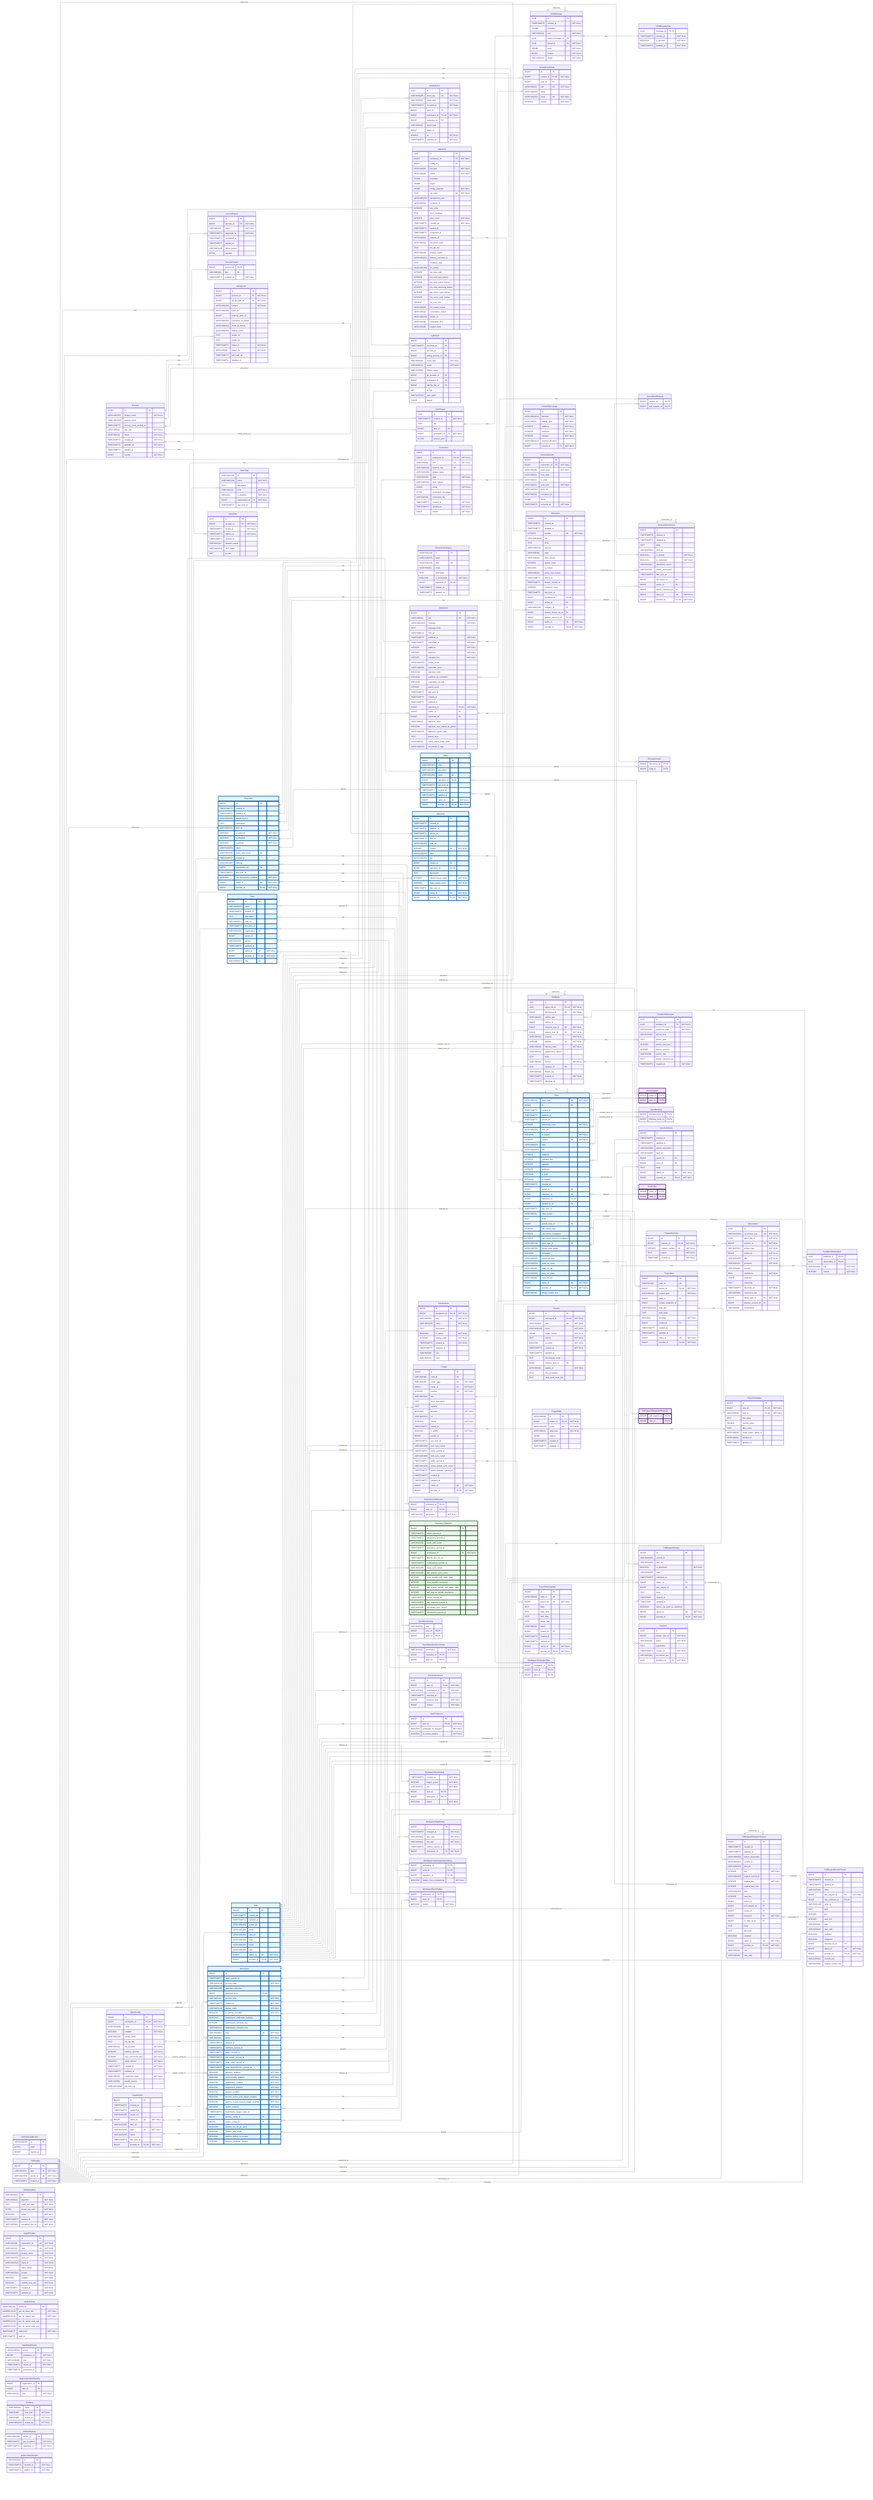
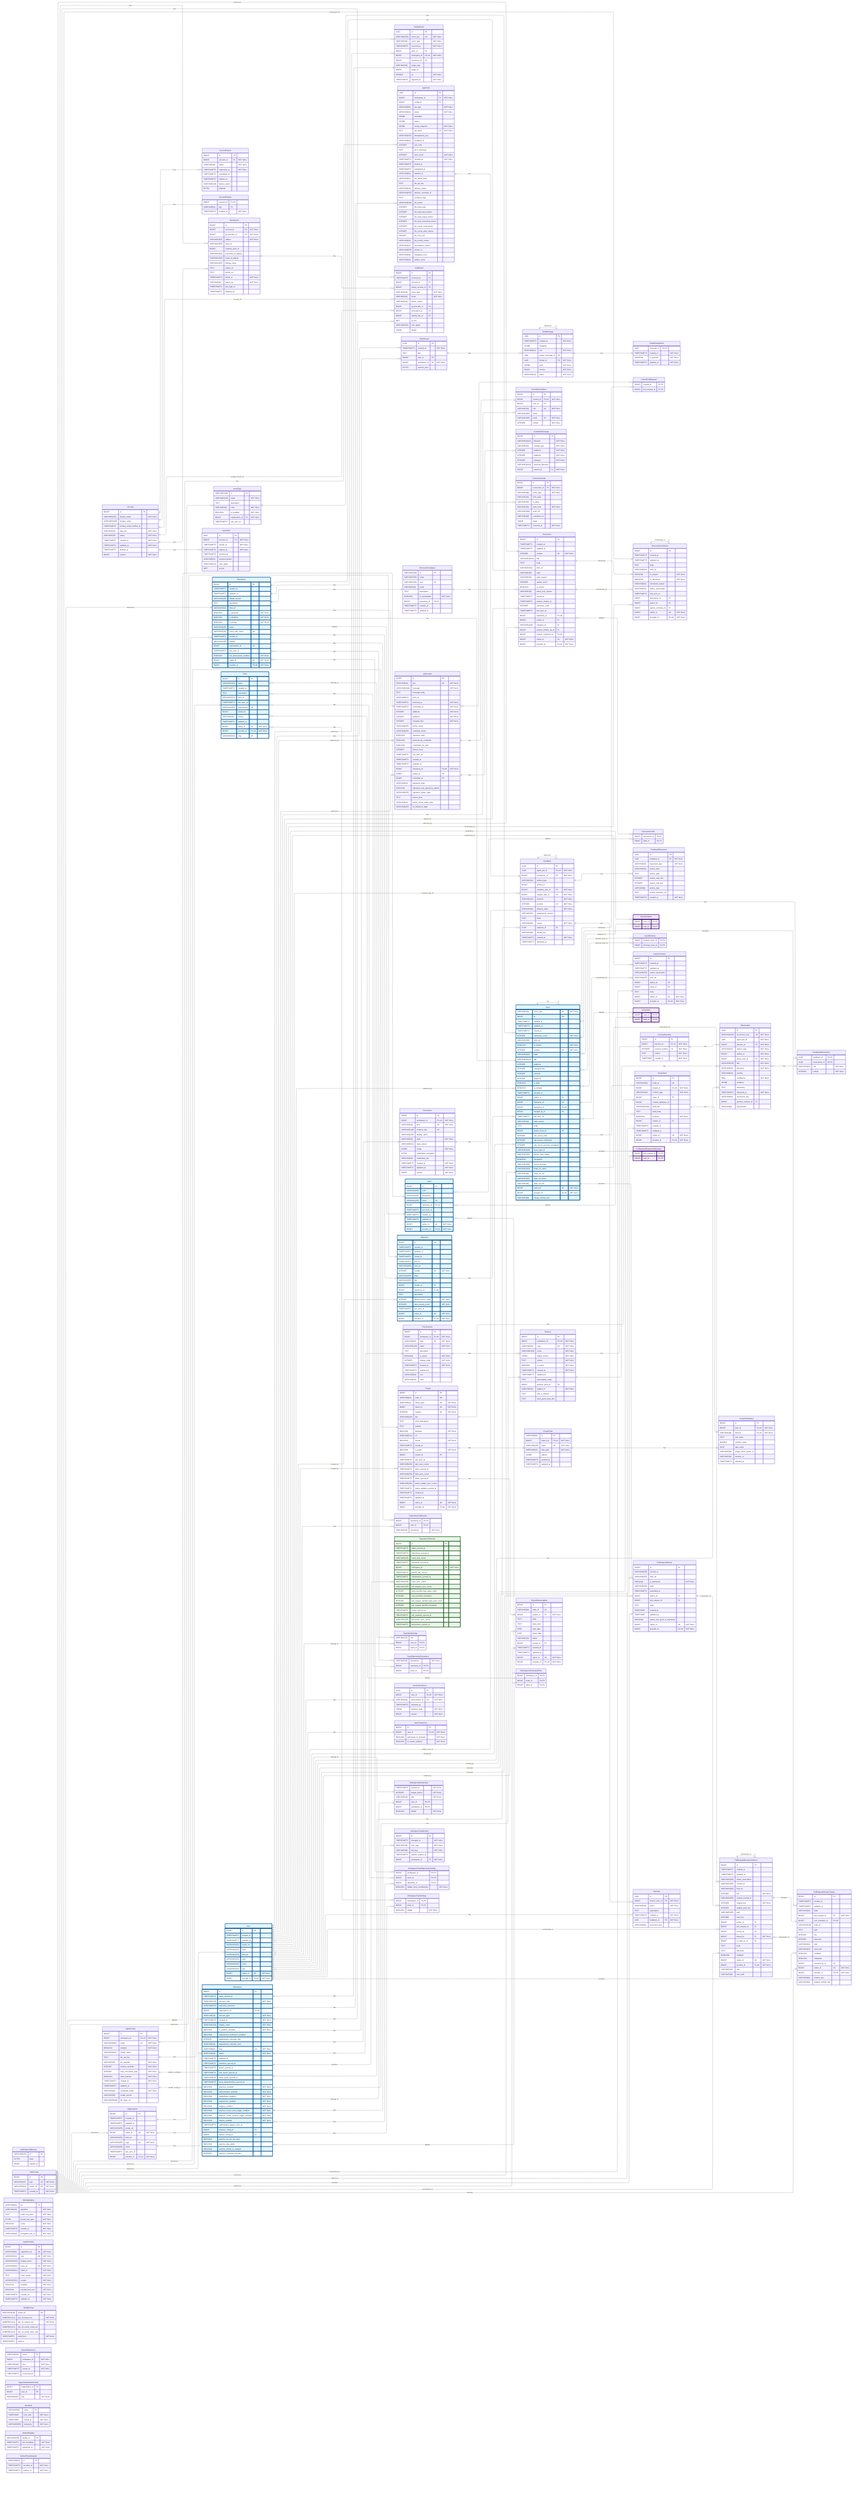
---
config:
    layout: elk
---
erDiagram
    %% Generated automatically from PostgreSQL database schema
    %% using scripts/generate-mermaid-erd.ts
    %% To regenerate: pnpm run db:generate-erd-docs

    direction LR

    Account {
        BIGINT id PK
        VARCHAR(255) display_name "NOT NULL"
        USER-DEFINED primary_email
        TIMESTAMPTZ primary_email_verified_at
        VARCHAR(16) app_role "NOT NULL"
        VARCHAR(16) status "NOT NULL"
        TIMESTAMPTZ created_at "NOT NULL"
        TIMESTAMPTZ updated_at "NOT NULL"
        TIMESTAMPTZ deleted_at
        BIGINT version "NOT NULL"
    }

    AccountExport {
        BIGINT id PK
        BIGINT account_id FK "NOT NULL"
        VARCHAR(16) status "NOT NULL"
        TIMESTAMPTZ requested_at "NOT NULL"
        TIMESTAMPTZ completed_at
        TIMESTAMPTZ expires_at
        VARCHAR(128) failure_reason
        BYTEA payload
    }

    AccountFeature {
        BIGINT account_id PK,FK
        VARCHAR(64) flag PK
        TIMESTAMPTZ enabled_at "NOT NULL"
    }

    ActivityEvent {
        UUID id PK
        VARCHAR(255) event_key UK "NOT NULL"
        VARCHAR(64) event_type "NOT NULL"
        TIMESTAMPTZ occurred_at "NOT NULL"
        BIGINT actor_id FK
        BIGINT workspace_id FK,UK "NOT NULL"
        BIGINT repository_id FK
        VARCHAR(32) target_type
        BIGINT target_id
        DOUBLE xp "NOT NULL"
        TIMESTAMPTZ ingested_at "NOT NULL"
    }

    AgentConfig {
        BIGINT id PK
        BIGINT workspace_id FK,UK "NOT NULL"
        VARCHAR(100) name UK "NOT NULL"
        BOOLEAN enabled "NOT NULL"
        VARCHAR(128) model_name
        TEXT llm_api_key
        VARCHAR(32) llm_provider "NOT NULL"
        INTEGER timeout_seconds "NOT NULL"
        INTEGER max_concurrent_jobs "NOT NULL"
        BOOLEAN allow_internet "NOT NULL"
        TIMESTAMPTZ created_at "NOT NULL"
        TIMESTAMPTZ updated_at
        VARCHAR(16) credential_mode "NOT NULL"
        VARCHAR(50) model_version
        VARCHAR(2048) llm_base_url
    }

    AgentJob {
        UUID id PK
        BIGINT workspace_id FK "NOT NULL"
        BIGINT config_id FK
        VARCHAR(50) job_type "NOT NULL"
        VARCHAR(20) status "NOT NULL"
        JSONB metadata
        JSONB output
        JSONB config_snapshot "NOT NULL"
        TEXT job_token UK "NOT NULL"
        VARCHAR(255) idempotency_key
        VARCHAR(64) container_id
        INTEGER exit_code
        TEXT error_message
        INTEGER retry_count "NOT NULL"
        TIMESTAMPTZ created_at "NOT NULL"
        TIMESTAMPTZ started_at
        TIMESTAMPTZ completed_at
        VARCHAR(64) network_id
        VARCHAR(64) job_token_hash
        TEXT llm_api_key
        VARCHAR(20) delivery_status
        VARCHAR(255) delivery_comment_id
        TEXT container_logs
        VARCHAR(100) llm_model
        INTEGER llm_total_calls
        INTEGER llm_total_input_tokens
        INTEGER llm_total_output_tokens
        INTEGER llm_total_reasoning_tokens
        INTEGER llm_cache_read_tokens
        INTEGER llm_cache_write_tokens
        DOUBLE llm_cost_usd
        VARCHAR(50) llm_model_version
        VARCHAR(32) cancellation_reason
        VARCHAR(255) worker_id
        VARCHAR(48) integration_kind
        VARCHAR(48) subject_class
    }

    AuthEvent {
        BIGINT id PK
        TIMESTAMPTZ occurred_at PK
        BIGINT account_id FK
        BIGINT acting_account_id FK
        VARCHAR(48) event_type "NOT NULL"
        VARCHAR(16) result "NOT NULL"
        VARCHAR(64) failure_reason
        BIGINT git_provider_id FK
        BIGINT workspace_id FK
        BIGINT identity_link_id FK
        INET ip_inet
        VARCHAR(512) user_agent
        JSONB details
    }

    AuthRateLimitBucket {
        VARCHAR(255) id PK
        BYTEA state
        BIGINT expires_at
    }

    ChatMessage {
        UUID id PK
        TIMESTAMPTZ created_at "NOT NULL"
        JSONB metadata
        VARCHAR(16) role "NOT NULL"
        UUID parent_message_id FK
        UUID thread_id FK "NOT NULL"
        JSONB parts "NOT NULL"
        BIGINT version "NOT NULL"
        VARCHAR(16) status "NOT NULL"
    }

    ChatMessageVote {
        UUID message_id PK,FK
        TIMESTAMPTZ created_at "NOT NULL"
        BOOLEAN is_upvoted "NOT NULL"
        TIMESTAMPTZ updated_at "NOT NULL"
    }

    ChatThread {
        UUID id PK
        TIMESTAMPTZ created_at "NOT NULL"
        TEXT title
        BIGINT user_id FK
        BIGINT workspace_id FK "NOT NULL"
        BYTEA session_jsonl
    }

    CommitContributor {
        BIGINT id PK
        BIGINT commit_id FK,UK "NOT NULL"
        BIGINT user_id FK
        VARCHAR(32) role UK "NOT NULL"
        VARCHAR(255) name
        VARCHAR(255) email UK "NOT NULL"
        INTEGER ordinal "NOT NULL"
    }

    CommitFileChange {
        BIGINT id PK
        VARCHAR(1024) filename "NOT NULL"
        VARCHAR(32) change_type "NOT NULL"
        INTEGER additions "NOT NULL"
        INTEGER deletions "NOT NULL"
        INTEGER changes "NOT NULL"
        VARCHAR(1024) previous_filename
        BIGINT commit_id FK "NOT NULL"
    }

    CommitPullRequest {
        BIGINT commit_id PK,FK
        BIGINT pull_request_id PK,FK
    }

    Connection {
        BIGINT id PK
        BIGINT workspace_id FK,UK "NOT NULL"
        VARCHAR(48) kind UK "NOT NULL"
        VARCHAR(128) instance_key UK
        VARCHAR(256) display_name
        VARCHAR(32) state "NOT NULL"
        VARCHAR(512) state_reason
        JSONB config "NOT NULL"
        BYTEA credentials_encrypted
        VARCHAR(64) credentials_alg
        TIMESTAMPTZ created_at "NOT NULL"
        TIMESTAMPTZ updated_at "NOT NULL"
        BIGINT version "NOT NULL"
    }

    ConnectionAudit {
        BIGINT id PK
        BIGINT connection_id FK "NOT NULL"
        VARCHAR(48) event_type "NOT NULL"
        VARCHAR(32) from_state
        VARCHAR(32) to_state
        VARCHAR(32) actor_kind "NOT NULL"
        VARCHAR(256) actor_ref
        VARCHAR(64) correlation_id
        JSONB detail
        TIMESTAMPTZ occurred_at "NOT NULL"
    }

    Discussion {
        BIGINT id PK
        TIMESTAMPTZ created_at
        TIMESTAMPTZ updated_at
        INTEGER number UK "NOT NULL"
        VARCHAR(1024) title
        TEXT body
        VARCHAR(512) html_url
        VARCHAR(16) state
        VARCHAR(32) state_reason
        INTEGER upvote_count
        BOOLEAN is_locked
        VARCHAR(32) active_lock_reason
        TIMESTAMPTZ closed_at
        TIMESTAMPTZ answer_chosen_at
        INTEGER comment_count
        TIMESTAMPTZ last_sync_at
        BIGINT repository_id FK,UK
        BIGINT author_id FK
        VARCHAR(128) category_id FK
        BIGINT answer_chosen_by_id FK
        BIGINT answer_comment_id FK,UK
        BIGINT native_id UK "NOT NULL"
        BIGINT provider_id FK,UK "NOT NULL"
    }

    DiscussionCategory {
        VARCHAR(128) id PK
        VARCHAR(255) name
        VARCHAR(128) slug UK
        VARCHAR(32) emoji
        TEXT description
        BOOLEAN is_answerable "NOT NULL"
        BIGINT repository_id FK,UK
        TIMESTAMPTZ created_at
        TIMESTAMPTZ updated_at
    }

    DiscussionComment {
        BIGINT id PK
        TIMESTAMPTZ created_at
        TIMESTAMPTZ updated_at
        TEXT body
        VARCHAR(512) html_url
        BOOLEAN is_answer "NOT NULL"
        BOOLEAN is_minimized "NOT NULL"
        VARCHAR(64) minimized_reason
        VARCHAR(32) author_association
        TIMESTAMPTZ last_sync_at
        BIGINT discussion_id FK
        BIGINT author_id FK
        BIGINT parent_comment_id FK
        BIGINT native_id UK "NOT NULL"
        BIGINT provider_id FK,UK "NOT NULL"
    }

    DiscussionLabel {
        BIGINT discussion_id PK,FK
        BIGINT label_id PK,FK
    }

    Feedback {
        UUID id PK
        UUID agent_job_id FK,UK "NOT NULL"
        BIGINT workspace_id FK "NOT NULL"
        VARCHAR(32) artifact_type
        BIGINT artifact_id
        BIGINT recipient_user_id FK "NOT NULL"
        BIGINT subject_user_id FK "NOT NULL"
        VARCHAR(32) channel "NOT NULL"
        INTEGER position UK "NOT NULL"
        VARCHAR(16) delivery_state "NOT NULL"
        VARCHAR(32) suppression_reason
        TEXT body
        VARCHAR(16) source "NOT NULL"
        UUID replaces_id FK
        VARCHAR(64) thread_key
        TIMESTAMPTZ created_at "NOT NULL"
        TIMESTAMPTZ delivered_at
    }

    FeedbackObservation {
        UUID feedback_id PK,FK
        UUID observation_id PK,FK
        VARCHAR(16) role "NOT NULL"
        INTEGER ordinal "NOT NULL"
    }

    FeedbackPlacement {
        UUID id PK
        UUID feedback_id FK "NOT NULL"
        VARCHAR(32) placement_type "NOT NULL"
        VARCHAR(16) anchor_kind
        TEXT anchor_path
        INTEGER anchor_start_line
        INTEGER anchor_end_line
        VARCHAR(8) anchor_side
        TEXT posted_comment_ref
        TIMESTAMPTZ created_at "NOT NULL"
    }

    GitCommit {
        BIGINT id PK
        VARCHAR(40) sha UK "NOT NULL"
        VARCHAR(1024) message "NOT NULL"
        TEXT message_body
        VARCHAR(512) html_url
        TIMESTAMPTZ authored_at "NOT NULL"
        TIMESTAMPTZ committed_at "NOT NULL"
        INTEGER additions "NOT NULL"
        INTEGER deletions "NOT NULL"
        INTEGER changed_files "NOT NULL"
        VARCHAR(255) author_email
        VARCHAR(255) committer_email
        BOOLEAN signature_valid
        BOOLEAN authored_by_committer
        BOOLEAN committed_via_web
        INTEGER parent_count
        TIMESTAMPTZ last_sync_at
        TIMESTAMPTZ created_at
        TIMESTAMPTZ updated_at
        BIGINT repository_id FK,UK "NOT NULL"
        BIGINT author_id FK
        BIGINT committer_id FK
        VARCHAR(32) signature_state
        BOOLEAN signature_was_signed_by_github
        VARCHAR(255) signature_signer_login
        TEXT parent_shas
        VARCHAR(32) status_check_rollup_state
        VARCHAR(255) on_behalf_of_login
    }

    GitProvider {
        BIGINT id PK
        VARCHAR(10) type UK "NOT NULL"
        VARCHAR(512) server_url UK "NOT NULL"
        TIMESTAMPTZ created_at "NOT NULL"
    }

    IdentityLink {
        BIGINT id PK
        BIGINT account_id FK "NOT NULL"
        BIGINT git_provider_id FK "NOT NULL"
        VARCHAR(255) subject "NOT NULL"
        VARCHAR(255) team_id
        BIGINT external_actor_id
        VARCHAR(255) username_at_signup
        VARCHAR(320) email_at_signup
        VARCHAR(255) display_name
        TEXT avatar_url
        TEXT profile_url
        TIMESTAMPTZ linked_at "NOT NULL"
        VARCHAR(16) linked_via "NOT NULL"
        TIMESTAMPTZ last_login_at
        TIMESTAMPTZ disabled_at
    }

    Issue {
        VARCHAR(31) issue_type UK "NOT NULL"
        BIGINT id PK
        TIMESTAMPTZ created_at
        TIMESTAMPTZ updated_at
        TIMESTAMPTZ closed_at
        INTEGER comments_count "NOT NULL"
        VARCHAR(255) html_url
        BOOLEAN is_locked "NOT NULL"
        INTEGER number UK "NOT NULL"
        VARCHAR(255) state
        VARCHAR(1024) title
        INTEGER additions
        INTEGER changed_files
        INTEGER commits
        INTEGER deletions
        BOOLEAN is_draft
        BOOLEAN is_merged
        TIMESTAMPTZ merged_at
        BIGINT author_id FK
        BIGINT milestone_id FK
        BIGINT repository_id FK,UK
        BIGINT merged_by_id FK
        TIMESTAMPTZ last_sync_at
        VARCHAR(32) state_reason
        TEXT body
        BIGINT parent_issue_id FK
        INTEGER sub_issues_total
        INTEGER sub_issues_completed
        INTEGER sub_issues_percent_completed
        VARCHAR(128) issue_type_id FK
        VARCHAR(255) merge_state_status
        BOOLEAN mergeable
        VARCHAR(255) review_decision
        VARCHAR(255) head_ref_name
        VARCHAR(40) head_ref_oid
        VARCHAR(255) base_ref_name
        VARCHAR(40) base_ref_oid
        BIGINT native_id UK "NOT NULL"
        BIGINT provider_id FK,UK "NOT NULL"
        VARCHAR(40) merge_commit_sha
    }

    IssueAssignee {
        BIGINT issue_id PK,FK
        BIGINT user_id PK,FK
    }

    IssueBlocking {
        BIGINT blocked_issue_id PK,FK
        BIGINT blocking_issue_id PK,FK
    }

    IssueComment {
        BIGINT id PK
        TIMESTAMPTZ created_at
        TIMESTAMPTZ updated_at
        VARCHAR(255) author_association
        VARCHAR(255) html_url
        BIGINT author_id FK
        BIGINT issue_id FK
        TEXT body
        BIGINT native_id UK "NOT NULL"
        BIGINT provider_id FK,UK "NOT NULL"
    }

    IssueLabel {
        BIGINT issue_id PK,FK
        BIGINT label_id PK,FK
    }

    IssueType {
        VARCHAR(128) id PK
        VARCHAR(128) name "NOT NULL"
        TEXT description
        VARCHAR(20) color "NOT NULL"
        BOOLEAN is_enabled "NOT NULL"
        BIGINT organization_id FK "NOT NULL"
        TIMESTAMPTZ last_sync_at
    }

    IssuedJwt {
        UUID jti PK
        BIGINT account_id FK "NOT NULL"
        TIMESTAMPTZ issued_at "NOT NULL"
        TIMESTAMPTZ expires_at "NOT NULL"
        TIMESTAMPTZ revoked_at
        VARCHAR(32) revoked_reason
        VARCHAR(512) user_agent
        INET ip_inet
    }

    JwtSigningKey {
        VARCHAR(64) kid PK
        VARCHAR(16) algorithm "NOT NULL"
        TEXT public_key_pem "NOT NULL"
        BYTEA private_key_pem "NOT NULL"
        BOOLEAN active "NOT NULL"
        TIMESTAMPTZ created_at "NOT NULL"
        VARCHAR(64) encryption_key_id "NOT NULL"
    }

    Label {
        BIGINT id PK
        VARCHAR(255) color
        VARCHAR(255) description
        VARCHAR(255) name UK
        BIGINT repository_id FK,UK
        TIMESTAMPTZ last_sync_at
        TIMESTAMPTZ created_at
        TIMESTAMPTZ updated_at
        BIGINT native_id UK "NOT NULL"
        BIGINT provider_id FK,UK "NOT NULL"
    }

    LoginProvider {
        BIGINT id PK
        VARCHAR(64) registration_id UK "NOT NULL"
        VARCHAR(10) type UK "NOT NULL"
        VARCHAR(255) display_name "NOT NULL"
        VARCHAR(512) base_url UK "NOT NULL"
        VARCHAR(512) client_id "NOT NULL"
        TEXT client_secret "NOT NULL"
        VARCHAR(512) scopes "NOT NULL"
        BOOLEAN enabled "NOT NULL"
        BOOLEAN seeded_from_env "NOT NULL"
        TIMESTAMPTZ created_at "NOT NULL"
        TIMESTAMPTZ updated_at "NOT NULL"
    }

    Milestone {
        BIGINT id PK
        TIMESTAMPTZ created_at
        TIMESTAMPTZ updated_at
        TIMESTAMPTZ closed_at
        TIMESTAMPTZ due_on
        VARCHAR(255) html_url
        INTEGER number UK "NOT NULL"
        VARCHAR(255) state
        VARCHAR(255) title
        BIGINT creator_id FK
        BIGINT repository_id FK,UK
        TEXT description
        INTEGER closed_issues_count "NOT NULL"
        INTEGER open_issues_count "NOT NULL"
        TIMESTAMPTZ last_sync_at
        BIGINT native_id UK "NOT NULL"
        BIGINT provider_id FK,UK "NOT NULL"
    }

    ModelPricing {
        VARCHAR(128) model_id PK
        NUMERIC(12,6) per_1k_input_usd "NOT NULL"
        NUMERIC(12,6) per_1k_output_usd "NOT NULL"
        NUMERIC(12,6) per_1k_cache_read_usd
        NUMERIC(12,6) per_1k_cache_write_usd
        TIMESTAMPTZ valid_from "NOT NULL"
        TIMESTAMPTZ valid_to
    }

    OauthStateNonce {
        VARCHAR(32) nonce PK
        BIGINT workspace_id "NOT NULL"
        VARCHAR(48) kind "NOT NULL"
        TIMESTAMPTZ issued_at "NOT NULL"
        TIMESTAMPTZ consumed_at
    }

    Observation {
        UUID id PK
        VARCHAR(255) occurrence_key UK "NOT NULL"
        UUID agent_job_id "NOT NULL"
        BIGINT practice_id FK "NOT NULL"
        VARCHAR(32) artifact_type "NOT NULL"
        BIGINT artifact_id "NOT NULL"
+         BIGINT about_user_id FK "NOT NULL"
        VARCHAR(255) title "NOT NULL"
        VARCHAR(16) presence "NOT NULL"
        VARCHAR(16) severity
        REAL confidence "NOT NULL"
        JSONB evidence
        TEXT reasoning
        TIMESTAMPTZ observed_at "NOT NULL"
        VARCHAR(64) recurrence_key
-         BIGINT about_user_id FK "NOT NULL"
        BIGINT practice_revision_id FK
        VARCHAR(8) assessment
    }

    Organization {
        BIGINT id PK
        TIMESTAMPTZ created_at
        TIMESTAMPTZ updated_at
        VARCHAR(255) avatar_url
        BIGINT native_id UK "NOT NULL"
        VARCHAR(255) html_url
        VARCHAR(255) login UK "NOT NULL"
        VARCHAR(255) name
        TIMESTAMPTZ last_sync_at
        BIGINT provider_id FK,UK "NOT NULL"
    }

    OrganizationMembership {
        BIGINT organization_id PK
        BIGINT user_id PK
        VARCHAR(32) role "NOT NULL"
    }

    Practice {
        BIGINT id PK
        BIGINT workspace_id FK,UK "NOT NULL"
        VARCHAR(64) slug UK "NOT NULL"
        VARCHAR(128) name "NOT NULL"
        JSONB trigger_events "NOT NULL"
        TEXT criteria "NOT NULL"
        BOOLEAN is_active "NOT NULL"
        TIMESTAMPTZ created_at "NOT NULL"
        TIMESTAMPTZ updated_at
        TEXT precompute_script
        BIGINT practice_area_id FK
        VARCHAR(32) applies_to "NOT NULL"
        TEXT why_it_matters
        TEXT what_good_looks_like
    }

    PracticeArea {
        BIGINT id PK
        BIGINT workspace_id FK,UK "NOT NULL"
        VARCHAR(64) slug UK "NOT NULL"
        VARCHAR(128) name "NOT NULL"
        TEXT description
        BOOLEAN is_active "NOT NULL"
        INTEGER display_order "NOT NULL"
        TIMESTAMPTZ created_at "NOT NULL"
        TIMESTAMPTZ updated_at
        VARCHAR(64) icon
        VARCHAR(32) color
    }

    PracticeRevision {
        BIGINT id PK
        BIGINT practice_id FK,UK "NOT NULL"
        INTEGER revision_number UK "NOT NULL"
        TEXT criteria "NOT NULL"
        TIMESTAMP created_at "NOT NULL"
    }

    Project {
        BIGINT id PK
        VARCHAR(64) node_id UK
        VARCHAR(32) owner_type UK "NOT NULL"
        BIGINT owner_id UK "NOT NULL"
        INTEGER number UK "NOT NULL"
        VARCHAR(256) title
        TEXT short_description
        TEXT readme
        BOOLEAN template "NOT NULL"
        VARCHAR(512) url
        BOOLEAN closed "NOT NULL"
        TIMESTAMPTZ closed_at
        BOOLEAN is_public "NOT NULL"
        BIGINT creator_id FK
        TIMESTAMPTZ last_sync_at
        VARCHAR(256) item_sync_cursor
        TIMESTAMPTZ items_synced_at
        VARCHAR(256) field_sync_cursor
        TIMESTAMPTZ fields_synced_at
        VARCHAR(256) status_update_sync_cursor
        TIMESTAMPTZ status_updates_synced_at
        TIMESTAMPTZ created_at
        TIMESTAMPTZ updated_at
        BIGINT native_id UK "NOT NULL"
        BIGINT provider_id FK,UK "NOT NULL"
    }

    ProjectField {
        VARCHAR(64) id PK
        BIGINT project_id FK,UK "NOT NULL"
        VARCHAR(256) name UK "NOT NULL"
        VARCHAR(32) data_type "NOT NULL"
        JSONB options
        TIMESTAMPTZ created_at
        TIMESTAMPTZ updated_at
    }

    ProjectFieldValue {
        BIGINT id PK
        BIGINT item_id FK,UK "NOT NULL"
        VARCHAR(64) field_id FK,UK "NOT NULL"
        TEXT text_value
        DOUBLE number_value
        DATE date_value
        VARCHAR(64) single_select_option_id
        VARCHAR(64) iteration_id
        TIMESTAMPTZ updated_at
    }

    ProjectItem {
        BIGINT id PK
        VARCHAR(64) node_id UK
        BIGINT project_id FK,UK "NOT NULL"
        VARCHAR(32) content_type "NOT NULL"
        BIGINT issue_id FK
        BIGINT content_database_id
        VARCHAR(1024) draft_title
        TEXT draft_body
        BOOLEAN archived "NOT NULL"
        BIGINT creator_id FK
        TIMESTAMPTZ created_at
        TIMESTAMPTZ updated_at
        BIGINT native_id UK "NOT NULL"
        BIGINT provider_id FK,UK "NOT NULL"
    }

    ProjectStatusUpdate {
        BIGINT id PK
        VARCHAR(64) node_id UK
        BIGINT project_id FK "NOT NULL"
        TEXT body
        TEXT body_html
        DATE start_date
        DATE target_date
        VARCHAR(32) status
        BIGINT creator_id FK
        TIMESTAMPTZ created_at
        TIMESTAMPTZ updated_at
        BIGINT native_id UK "NOT NULL"
        BIGINT provider_id FK,UK "NOT NULL"
    }

    PullRequestRequestedReviewer {
        BIGINT pull_request_id PK,FK
        BIGINT user_id PK,FK
    }

    PullRequestReview {
        BIGINT id PK
        VARCHAR(255) commit_id
        VARCHAR(255) html_url
        BOOLEAN is_dismissed "NOT NULL"
        VARCHAR(255) state
        TIMESTAMPTZ submitted_at
        BIGINT author_id FK
        BIGINT pull_request_id FK
        TEXT body
        TIMESTAMP created_at
        TIMESTAMP updated_at
        BOOLEAN author_can_push_to_repository
        BIGINT native_id UK "NOT NULL"
        BIGINT provider_id FK,UK "NOT NULL"
    }

    PullRequestReviewComment {
        BIGINT id PK
        TIMESTAMPTZ created_at
        TIMESTAMPTZ updated_at
        VARCHAR(255) author_association
        VARCHAR(255) commit_id
        VARCHAR(255) html_url
        INTEGER line "NOT NULL"
        VARCHAR(255) original_commit_id
        INTEGER original_line "NOT NULL"
        INTEGER original_start_line
        VARCHAR(255) path
        INTEGER start_line
        BIGINT author_id FK
        BIGINT pull_request_id FK
        BIGINT review_id FK
        BIGINT thread_id FK "NOT NULL"
        BIGINT in_reply_to_id FK
        TEXT body
        TEXT diff_hunk
        BOOLEAN outdated
        BIGINT native_id UK "NOT NULL"
        BIGINT provider_id FK,UK "NOT NULL"
        VARCHAR(16) side
        VARCHAR(16) start_side
    }

    PullRequestReviewThread {
        BIGINT id PK
        TIMESTAMPTZ created_at
        TIMESTAMPTZ updated_at
        VARCHAR(20) state
        BIGINT pull_request_id FK "NOT NULL"
        BIGINT root_comment_id FK,UK
        VARCHAR(128) node_id
        TEXT path
        INTEGER line
        INTEGER start_line
        VARCHAR(16) side
        VARCHAR(16) start_side
        BOOLEAN outdated
        BOOLEAN collapsed
        BIGINT resolved_by_id FK
        BIGINT native_id UK "NOT NULL"
        BIGINT provider_id FK,UK "NOT NULL"
        VARCHAR(64) commit_sha
        VARCHAR(64) original_commit_sha
    }

    Reaction {
        UUID id PK
-         BIGINT reactor_user_id "NOT NULL"
+         BIGINT reactor_user_id FK "NOT NULL"
        VARCHAR(16) action "NOT NULL"
        TEXT explanation
        TIMESTAMPTZ created_at "NOT NULL"
+         UUID feedback_id FK "NOT NULL"
        VARCHAR(64) recurrence_key
-         UUID feedback_id FK "NOT NULL"
    }

    Repository {
        BIGINT id PK
        TIMESTAMPTZ created_at
        TIMESTAMPTZ updated_at
        VARCHAR(255) default_branch
        TEXT description
        VARCHAR(512) html_url
        BOOLEAN is_archived "NOT NULL"
        BOOLEAN is_disabled "NOT NULL"
        BOOLEAN is_private "NOT NULL"
        VARCHAR(255) name
        VARCHAR(150) name_with_owner UK
        TIMESTAMPTZ pushed_at
        VARCHAR(255) visibility
        BIGINT organization_id FK
        TIMESTAMPTZ last_sync_at
        BOOLEAN has_discussions_enabled "NOT NULL"
        BIGINT native_id UK "NOT NULL"
        BIGINT provider_id FK,UK "NOT NULL"
    }

    RepositoryCollaborator {
        BIGINT repository_id PK,FK
        BIGINT user_id PK,FK
        VARCHAR(32) permission "NOT NULL"
    }

    RepositoryToMonitor {
        BIGINT id PK
        TIMESTAMPTZ labels_synced_at
        TIMESTAMPTZ milestones_synced_at
        VARCHAR(255) name_with_owner
        TIMESTAMPTZ repository_synced_at
        BIGINT workspace_id FK "NOT NULL"
        TIMESTAMPTZ backfill_last_run_at
        TIMESTAMPTZ collaborators_synced_at
        VARCHAR(255) issue_sync_cursor
        VARCHAR(255) pull_request_sync_cursor
        INTEGER issue_backfill_high_water_mark
        INTEGER issue_backfill_checkpoint
        INTEGER pull_request_backfill_high_water_mark
        INTEGER pull_request_backfill_checkpoint
        TIMESTAMPTZ issues_synced_at
        TIMESTAMPTZ pull_requests_synced_at
        VARCHAR(255) discussion_sync_cursor
        TIMESTAMPTZ discussions_synced_at
    }

    Shedlock {
        VARCHAR(64) name PK
        TIMESTAMP lock_until "NOT NULL"
        TIMESTAMP locked_at "NOT NULL"
        VARCHAR(255) locked_by "NOT NULL"
    }

    Team {
        BIGINT id PK
        VARCHAR(255) name
        TIMESTAMPTZ created_at
        TEXT description
        VARCHAR(512) html_url
        TIMESTAMPTZ last_sync_at
        VARCHAR(255) organization UK
        BIGINT parent_id
        VARCHAR(32) privacy
        TIMESTAMPTZ updated_at
        BIGINT native_id UK "NOT NULL"
        BIGINT provider_id FK,UK "NOT NULL"
        VARCHAR(512) slug UK
    }

    TeamMembership {
        VARCHAR(32) role
        BIGINT user_id PK,FK
        BIGINT team_id PK,FK
    }

    TeamRepositoryPermission {
        VARCHAR(32) permission "NOT NULL"
        BIGINT repository_id PK,FK
        BIGINT team_id PK,FK
    }

    User {
        BIGINT id PK
        TIMESTAMPTZ created_at
        TIMESTAMPTZ updated_at
        VARCHAR(255) avatar_url
        VARCHAR(255) email
        VARCHAR(255) html_url
        VARCHAR(255) login
        VARCHAR(255) name
        VARCHAR(255) type
        BIGINT native_id UK "NOT NULL"
        BIGINT provider_id FK,UK "NOT NULL"
    }

    UserAchievement {
        UUID id PK
        BIGINT user_id FK,UK "NOT NULL"
        VARCHAR(64) achievement_id UK "NOT NULL"
        TIMESTAMPTZ unlocked_at
        JSONB progress_data "NOT NULL"
        BIGINT version "NOT NULL"
    }

    UserPreference {
        BIGINT id PK
        BIGINT user_id FK,UK "NOT NULL"
        BOOLEAN participate_in_research "NOT NULL"
        BOOLEAN ai_review_enabled "NOT NULL"
    }

    WorkerRegistry {
        VARCHAR(255) worker_id PK
        TIMESTAMPTZ last_heartbeat "NOT NULL"
        TIMESTAMPTZ registered_at "NOT NULL"
    }

    WorkerTokenDenylist {
        VARCHAR(64) jti PK
        TIMESTAMPTZ revoked_at "NOT NULL"
        TIMESTAMPTZ expires_at "NOT NULL"
    }

    Workspace {
        BIGINT id PK
        TIMESTAMPTZ users_synced_at
        VARCHAR(120) account_login "NOT NULL"
        VARCHAR(255) repository_selection
        BIGINT organization_id FK,UK
        VARCHAR(10) account_type "NOT NULL"
        TIMESTAMPTZ created_at "NOT NULL"
        VARCHAR(120) display_name "NOT NULL"
        BOOLEAN is_publicly_viewable "NOT NULL"
        BOOLEAN leaderboard_notification_enabled
        INTEGER leaderboard_schedule_day
        VARCHAR(10) leaderboard_schedule_time
        VARCHAR(64) slug UK "NOT NULL"
        VARCHAR(20) status "NOT NULL"
        TIMESTAMPTZ updated_at
        TIMESTAMPTZ members_synced_at
        TIMESTAMPTZ teams_synced_at
        TIMESTAMPTZ sub_issues_synced_at
        TIMESTAMPTZ issue_types_synced_at
        TIMESTAMPTZ issue_dependencies_synced_at
        BOOLEAN practices_enabled "NOT NULL"
        BOOLEAN achievements_enabled "NOT NULL"
        BOOLEAN leaderboard_enabled "NOT NULL"
        BOOLEAN progression_enabled "NOT NULL"
        BOOLEAN leagues_enabled "NOT NULL"
        BOOLEAN practice_review_auto_trigger_enabled "NOT NULL"
        BOOLEAN practice_review_manual_trigger_enabled "NOT NULL"
        BOOLEAN mentor_enabled "NOT NULL"
        TIMESTAMPTZ leaderboard_league_cycle_at
        BIGINT practice_config_id FK
        BIGINT mentor_config_id FK
        BOOLEAN practice_run_for_all_users
        BOOLEAN practice_skip_drafts
        BOOLEAN practice_deliver_to_merged
        INTEGER practice_cooldown_minutes
    }

    WorkspaceMembership {
        TIMESTAMPTZ created_at "NOT NULL"
        INTEGER league_points "NOT NULL"
        VARCHAR(16) role "NOT NULL"
        BIGINT user_id PK,FK
        BIGINT workspace_id PK,FK
        BOOLEAN hidden "NOT NULL"
    }

    WorkspaceSlugHistory {
        BIGINT id PK
        TIMESTAMPTZ changed_at "NOT NULL"
        VARCHAR(64) new_slug "NOT NULL"
        VARCHAR(64) old_slug "NOT NULL"
        TIMESTAMPTZ redirect_expires_at
        BIGINT workspace_id FK "NOT NULL"
    }

    WorkspaceTeamLabelFilter {
        BIGINT workspace_id PK,FK
        BIGINT team_id PK,FK
        BIGINT label_id PK,FK
    }

    WorkspaceTeamRepositorySetting {
        BIGINT workspace_id PK,FK
        BIGINT team_id PK,FK
        BIGINT repository_id PK,FK
        BOOLEAN hidden_from_contributions "NOT NULL"
    }

    WorkspaceTeamSetting {
        BIGINT workspace_id PK,FK
        BIGINT team_id PK,FK
        BOOLEAN hidden "NOT NULL"
    }

    %% Relationships
    %% One-to-One relationships
    Account ||--|| AccountFeature : has
    Workspace ||--|| ActivityEvent : has
    Workspace ||--|| AgentConfig : has
    ChatMessage ||--|| ChatMessageVote : has
    GitCommit ||--|| CommitContributor : has
    Workspace ||--|| Connection : has
    Repository ||--|| Discussion : has
    DiscussionComment ||--|| Discussion : references
    GitProvider ||--|| Discussion : references
    Repository ||--|| DiscussionCategory : has
    GitProvider ||--|| DiscussionComment : commented_on
    AgentJob ||--|| Feedback : has
    Repository ||--|| GitCommit : has
    Repository ||--|| Issue : has
    GitProvider ||--|| Issue : references
    GitProvider ||--|| IssueComment : commented_on
    Repository ||--|| Label : labeled
    GitProvider ||--|| Label : labeled
    Repository ||--|| Milestone : has
    GitProvider ||--|| Milestone : references
    GitProvider ||--|| Organization : references
    Workspace ||--|| Practice : has
    Workspace ||--|| PracticeArea : has
    Practice ||--|| PracticeRevision : has
    GitProvider ||--|| Project : references
    Project ||--|| ProjectField : has
    ProjectItem ||--|| ProjectFieldValue : has
    ProjectField ||--|| ProjectFieldValue : has
    Project ||--|| ProjectItem : has
    GitProvider ||--|| ProjectItem : references
    GitProvider ||--|| ProjectStatusUpdate : references
    GitProvider ||--|| PullRequestReview : reviewed
    GitProvider ||--|| PullRequestReviewComment : commented_on
    PullRequestReviewComment ||--|| PullRequestReviewThread : reviewed
    GitProvider ||--|| PullRequestReviewThread : reviewed
    GitProvider ||--|| Repository : references
    GitProvider ||--|| Team : references
    GitProvider ||--|| User : references
    User ||--|| UserAchievement : has
    User ||--|| UserPreference : has
    Organization ||--|| Workspace : has
    User ||--|| WorkspaceMembership : belongs_to
    Workspace ||--|| WorkspaceMembership : belongs_to

    %% One-to-Many relationships
    Account ||--o{ AccountExport : has
    User ||--o{ ActivityEvent : references
    Repository ||--o{ ActivityEvent : has
    Workspace ||--o{ AgentJob : has
    AgentConfig ||--o{ AgentJob : has
    Account ||--o{ AuthEvent : account_id
    Account ||--o{ AuthEvent : acting_account_id
    GitProvider ||--o{ AuthEvent : has
    Workspace ||--o{ AuthEvent : has
    IdentityLink ||--o{ AuthEvent : has
    ChatMessage ||--o{ ChatMessage : references
    ChatThread ||--o{ ChatMessage : has
    User ||--o{ ChatThread : has
    Workspace ||--o{ ChatThread : has
    User ||--o{ CommitContributor : has
    GitCommit ||--o{ CommitFileChange : has
    Connection ||--o{ ConnectionAudit : has
    User ||--o{ Discussion : authored_by
    DiscussionCategory ||--o{ Discussion : has
    User ||--o{ Discussion : references
    Discussion ||--o{ DiscussionComment : commented_on
    User ||--o{ DiscussionComment : commented_on
    DiscussionComment ||--o{ DiscussionComment : commented_on
    Workspace ||--o{ Feedback : has
    User ||--o{ Feedback : recipient_user_id
    User ||--o{ Feedback : subject_user_id
    Feedback ||--o{ Feedback : references
    Feedback ||--o{ FeedbackPlacement : has
    User ||--o{ GitCommit : authored_by
    User ||--o{ GitCommit : references
    Account ||--o{ IdentityLink : has
    GitProvider ||--o{ IdentityLink : has
    User ||--o{ Issue : authored_by
    Milestone ||--o{ Issue : has
    User ||--o{ Issue : merged_by
    Issue ||--o{ Issue : has
    IssueType ||--o{ Issue : has
    User ||--o{ IssueComment : commented_on
    Issue ||--o{ IssueComment : commented_on
    Organization ||--o{ IssueType : has
    Account ||--o{ IssuedJwt : has
    User ||--o{ Milestone : created_by
    Practice ||--o{ Observation : has
    User ||--o{ Observation : has
    PracticeRevision ||--o{ Observation : has
    PracticeArea ||--o{ Practice : has
    User ||--o{ Project : created_by
    Issue ||--o{ ProjectItem : has
    User ||--o{ ProjectItem : created_by
    Project ||--o{ ProjectStatusUpdate : has
    User ||--o{ ProjectStatusUpdate : created_by
    User ||--o{ PullRequestReview : reviewed
    Issue ||--o{ PullRequestReview : reviewed
    User ||--o{ PullRequestReviewComment : commented_on
    Issue ||--o{ PullRequestReviewComment : commented_on
    PullRequestReview ||--o{ PullRequestReviewComment : commented_on
    PullRequestReviewThread ||--o{ PullRequestReviewComment : commented_on
    PullRequestReviewComment ||--o{ PullRequestReviewComment : commented_on
    Issue ||--o{ PullRequestReviewThread : reviewed
    User ||--o{ PullRequestReviewThread : reviewed
+     User ||--o{ Reaction : has
    Feedback ||--o{ Reaction : has
    Organization ||--o{ Repository : has
    Workspace ||--o{ RepositoryToMonitor : monitors
    AgentConfig ||--o{ Workspace : practice_config_id
    AgentConfig ||--o{ Workspace : mentor_config_id
    Workspace ||--o{ WorkspaceSlugHistory : has

    %% Many-to-Many relationships
    GitCommit }o--o{ CommitPullRequest : has
    Issue }o--o{ CommitPullRequest : references
    Discussion }o--o{ DiscussionLabel : labeled
    Label }o--o{ DiscussionLabel : labeled
    Feedback }o--o{ FeedbackObservation : has
    Observation }o--o{ FeedbackObservation : has
    Issue }o--o{ IssueAssignee : assigned_to
    User }o--o{ IssueAssignee : assigned_to
    Issue }o--o{ IssueBlocking : blocked_issue_id
    Issue }o--o{ IssueBlocking : blocking_issue_id
    Issue }o--o{ IssueLabel : labeled
    Label }o--o{ IssueLabel : labeled
    Issue }o--o{ PullRequestRequestedReviewer : reviewed
    User }o--o{ PullRequestRequestedReviewer : reviewed
    Repository }o--o{ RepositoryCollaborator : has
    User }o--o{ RepositoryCollaborator : has
    User }o--o{ TeamMembership : belongs_to
    Team }o--o{ TeamMembership : belongs_to
    Repository }o--o{ TeamRepositoryPermission : has
    Team }o--o{ TeamRepositoryPermission : has
    Workspace }o--o{ WorkspaceTeamLabelFilter : labeled
    Team }o--o{ WorkspaceTeamLabelFilter : labeled
    Label }o--o{ WorkspaceTeamLabelFilter : labeled
    Workspace }o--o{ WorkspaceTeamRepositorySetting : has
    Team }o--o{ WorkspaceTeamRepositorySetting : has
    Repository }o--o{ WorkspaceTeamRepositorySetting : has
    Workspace }o--o{ WorkspaceTeamSetting : has
    Team }o--o{ WorkspaceTeamSetting : has

    %% Styling
    classDef primaryEntity fill:#e1f5fe,stroke:#01579b,stroke-width:2px
    classDef associationEntity fill:#f3e5f5,stroke:#4a148c,stroke-width:2px
    classDef metadataEntity fill:#e8f5e8,stroke:#1b5e20,stroke-width:2px

    class Issue primaryEntity
    class IssueAssignee associationEntity
    class IssueLabel associationEntity
    class Label primaryEntity
    class Milestone primaryEntity
    class PullRequestRequestedReviewer associationEntity
    class Repository primaryEntity
    class RepositoryToMonitor metadataEntity
    class Team primaryEntity
    class User primaryEntity
    class Workspace primaryEntity
